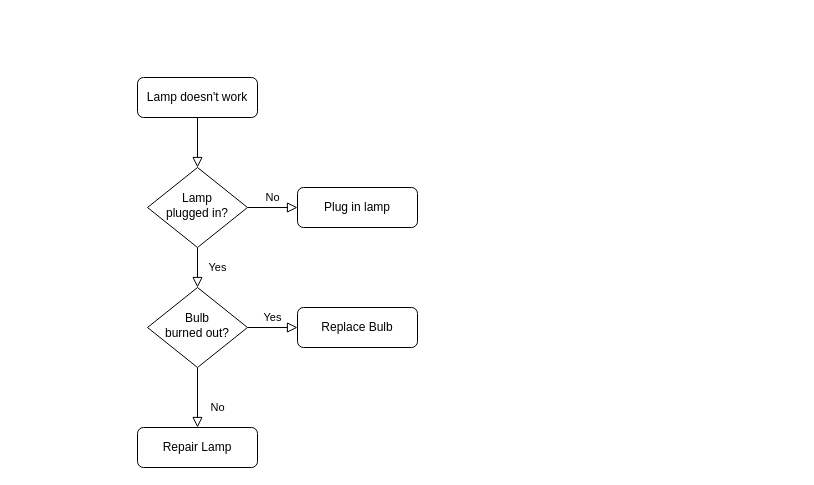
This is docs/images/drawio/LogSegment-read.drawio from pengdaolong/kafka, a draw.io file, before an edit. Source tidied: cells renumbered, new cells numbered last; positions are measured from the earlier drawing's top-left corner, leaving out a move shared by most shapes. Both pictures are drawn from the tidied source at 100%, with x=0, y=0 at pixel (137, 77).
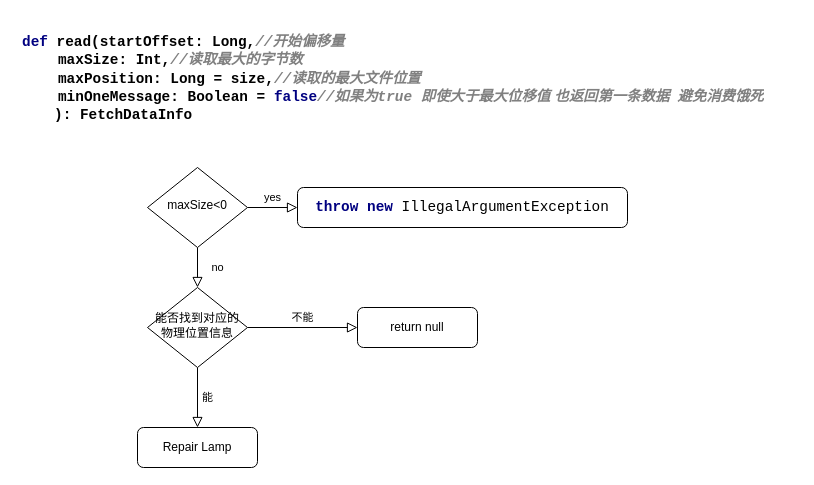
Above is the later version.

What changed in the source:
```diff
@@
 <mxGraphModel>
   <root>
     <mxCell id="0" />
     <mxCell id="1" parent="0" />
-    <mxCell id="2" style="rounded=0;html=1;jettySize=auto;fontSize=11;endArrow=block;endFill=0;endSize=8;strokeWidth=1;shadow=0;labelBackgroundColor=none;edgeStyle=orthogonalEdgeStyle;" parent="1" edge="1" source="3" target="6">
-      <mxGeometry relative="1" as="geometry" />
-    </mxCell>
-    <mxCell id="3" value="Lamp doesn't work" style="rounded=1;whiteSpace=wrap;html=1;fontSize=12;glass=0;strokeWidth=1;shadow=0;" parent="1" vertex="1">
-      <mxGeometry width="120" height="40" as="geometry" />
-    </mxCell>
-    <mxCell id="4" value="Yes" style="rounded=0;html=1;jettySize=auto;fontSize=11;endArrow=block;endFill=0;endSize=8;strokeWidth=1;shadow=0;labelBackgroundColor=none;edgeStyle=orthogonalEdgeStyle;" parent="1" edge="1" source="6" target="10">
+    <mxCell id="4" value="no" style="rounded=0;html=1;jettySize=auto;fontSize=11;endArrow=block;endFill=0;endSize=8;strokeWidth=1;shadow=0;labelBackgroundColor=none;edgeStyle=orthogonalEdgeStyle;" parent="1" edge="1" source="6" target="10">
       <mxGeometry y="20" relative="1" as="geometry" />
     </mxCell>
-    <mxCell id="5" value="No" style="edgeStyle=orthogonalEdgeStyle;rounded=0;html=1;jettySize=auto;fontSize=11;endArrow=block;endFill=0;endSize=8;strokeWidth=1;shadow=0;labelBackgroundColor=none;" parent="1" edge="1" source="6" target="7">
+    <mxCell id="5" value="yes" style="edgeStyle=orthogonalEdgeStyle;rounded=0;html=1;jettySize=auto;fontSize=11;endArrow=block;endFill=0;endSize=8;strokeWidth=1;shadow=0;labelBackgroundColor=none;" parent="1" edge="1" source="6" target="7">
       <mxGeometry y="10" relative="1" as="geometry" />
     </mxCell>
-    <mxCell id="6" value="Lamp&lt;br&gt;plugged in?" style="rhombus;whiteSpace=wrap;html=1;shadow=0;fontFamily=Helvetica;fontSize=12;align=center;strokeWidth=1;spacing=6;spacingTop=-4;" parent="1" vertex="1">
+    <mxCell id="6" value="maxSize&amp;lt;0" style="rhombus;whiteSpace=wrap;html=1;shadow=0;fontFamily=Helvetica;fontSize=12;align=center;strokeWidth=1;spacing=6;spacingTop=-4;" parent="1" vertex="1">
       <mxGeometry x="10" y="90" width="100" height="80" as="geometry" />
     </mxCell>
-    <mxCell id="7" value="Plug in lamp" style="rounded=1;whiteSpace=wrap;html=1;fontSize=12;glass=0;strokeWidth=1;shadow=0;" parent="1" vertex="1">
-      <mxGeometry x="160" y="110" width="120" height="40" as="geometry" />
+    <mxCell id="7" value="&lt;pre style=&quot;background-color: rgb(255 , 255 , 255) ; font-family: &amp;#34;consolas&amp;#34; ; font-size: 10.8pt&quot;&gt;&lt;span style=&quot;color: #000080 ; font-weight: bold&quot;&gt;throw new &lt;/span&gt;IllegalArgumentException&lt;/pre&gt;" style="rounded=1;whiteSpace=wrap;html=1;fontSize=12;glass=0;strokeWidth=1;shadow=0;" parent="1" vertex="1">
+      <mxGeometry x="160" y="110" width="330" height="40" as="geometry" />
     </mxCell>
-    <mxCell id="8" value="No" style="rounded=0;html=1;jettySize=auto;fontSize=11;endArrow=block;endFill=0;endSize=8;strokeWidth=1;shadow=0;labelBackgroundColor=none;edgeStyle=orthogonalEdgeStyle;" parent="1" edge="1" source="10" target="11">
-      <mxGeometry x="0.33" y="20" relative="1" as="geometry" />
+    <mxCell id="8" value="能" style="rounded=0;html=1;jettySize=auto;fontSize=11;endArrow=block;endFill=0;endSize=8;strokeWidth=1;shadow=0;labelBackgroundColor=none;edgeStyle=orthogonalEdgeStyle;" parent="1" edge="1" source="10" target="11">
+      <mxGeometry y="10" relative="1" as="geometry" />
     </mxCell>
-    <mxCell id="9" value="Yes" style="edgeStyle=orthogonalEdgeStyle;rounded=0;html=1;jettySize=auto;fontSize=11;endArrow=block;endFill=0;endSize=8;strokeWidth=1;shadow=0;labelBackgroundColor=none;" parent="1" edge="1" source="10" target="12">
+    <mxCell id="9" value="不能" style="edgeStyle=orthogonalEdgeStyle;rounded=0;html=1;jettySize=auto;fontSize=11;endArrow=block;endFill=0;endSize=8;strokeWidth=1;shadow=0;labelBackgroundColor=none;exitX=1;exitY=0.5;exitDx=0;exitDy=0;" parent="1" edge="1" source="10" target="12">
       <mxGeometry y="10" relative="1" as="geometry" />
     </mxCell>
-    <mxCell id="10" value="Bulb&lt;br&gt;burned out?" style="rhombus;whiteSpace=wrap;html=1;shadow=0;fontFamily=Helvetica;fontSize=12;align=center;strokeWidth=1;spacing=6;spacingTop=-4;" parent="1" vertex="1">
+    <mxCell id="10" value="能否找到对应的物理位置信息" style="rhombus;whiteSpace=wrap;html=1;shadow=0;fontFamily=Helvetica;fontSize=12;align=center;strokeWidth=1;spacing=6;spacingTop=-4;" parent="1" vertex="1">
       <mxGeometry x="10" y="210" width="100" height="80" as="geometry" />
     </mxCell>
     <mxCell id="11" value="Repair Lamp" style="rounded=1;whiteSpace=wrap;html=1;fontSize=12;glass=0;strokeWidth=1;shadow=0;" parent="1" vertex="1">
       <mxGeometry y="350" width="120" height="40" as="geometry" />
     </mxCell>
-    <mxCell id="12" value="Replace Bulb" style="rounded=1;whiteSpace=wrap;html=1;fontSize=12;glass=0;strokeWidth=1;shadow=0;" parent="1" vertex="1">
-      <mxGeometry x="160" y="230" width="120" height="40" as="geometry" />
+    <mxCell id="12" value="return null" style="rounded=1;whiteSpace=wrap;html=1;fontSize=12;glass=0;strokeWidth=1;shadow=0;" parent="1" vertex="1">
+      <mxGeometry x="220" y="230" width="120" height="40" as="geometry" />
     </mxCell>
+    <mxCell id="13" value="&lt;h1&gt;&lt;pre style=&quot;background-color: rgb(255 , 255 , 255) ; font-family: &amp;#34;consolas&amp;#34; ; font-size: 10.8pt&quot;&gt;&lt;span style=&quot;color: rgb(0 , 0 , 128)&quot;&gt;def &lt;/span&gt;read(startOffset: Long,&lt;span style=&quot;color: #808080 ; font-style: italic&quot;&gt;//&lt;/span&gt;&lt;span style=&quot;color: #808080 ; font-style: italic ; font-family: &amp;#34;宋体&amp;#34;&quot;&gt;开始偏移量&lt;br&gt;&lt;/span&gt;&lt;span style=&quot;color: #808080 ; font-style: italic ; font-family: &amp;#34;宋体&amp;#34;&quot;&gt;         &lt;/span&gt;maxSize: Int,&lt;span style=&quot;color: #808080 ; font-style: italic&quot;&gt;//&lt;/span&gt;&lt;span style=&quot;color: #808080 ; font-style: italic ; font-family: &amp;#34;宋体&amp;#34;&quot;&gt;读取最大的字节数&lt;br&gt;&lt;/span&gt;&lt;span style=&quot;color: #808080 ; font-style: italic ; font-family: &amp;#34;宋体&amp;#34;&quot;&gt;         &lt;/span&gt;maxPosition: Long = size,&lt;span style=&quot;color: #808080 ; font-style: italic&quot;&gt;//&lt;/span&gt;&lt;span style=&quot;color: #808080 ; font-style: italic ; font-family: &amp;#34;宋体&amp;#34;&quot;&gt;读取的最大文件位置&lt;br&gt;&lt;/span&gt;&lt;span style=&quot;color: #808080 ; font-style: italic ; font-family: &amp;#34;宋体&amp;#34;&quot;&gt;         &lt;/span&gt;minOneMessage: Boolean = &lt;span style=&quot;color: rgb(0 , 0 , 128)&quot;&gt;false&lt;/span&gt;&lt;span style=&quot;color: #808080 ; font-style: italic&quot;&gt;//&lt;/span&gt;&lt;span style=&quot;color: #808080 ; font-style: italic ; font-family: &amp;#34;宋体&amp;#34;&quot;&gt;如果为&lt;/span&gt;&lt;span style=&quot;color: #808080 ; font-style: italic&quot;&gt;true &lt;/span&gt;&lt;span style=&quot;color: #808080 ; font-style: italic ; font-family: &amp;#34;宋体&amp;#34;&quot;&gt;即使大于最大位移值 也返回第一条数据  避免消费饿死&lt;br&gt;&lt;/span&gt;&lt;span style=&quot;color: #808080 ; font-style: italic ; font-family: &amp;#34;宋体&amp;#34;&quot;&gt;        &lt;/span&gt;): FetchDataInfo&lt;/pre&gt;&lt;/h1&gt;" style="text;html=1;strokeColor=none;fillColor=none;spacing=5;spacingTop=-20;whiteSpace=wrap;overflow=hidden;rounded=0;" parent="1" vertex="1">
+      <mxGeometry x="-120" y="-50" width="780" height="100" as="geometry" />
+    </mxCell>
   </root>
 </mxGraphModel>
```
